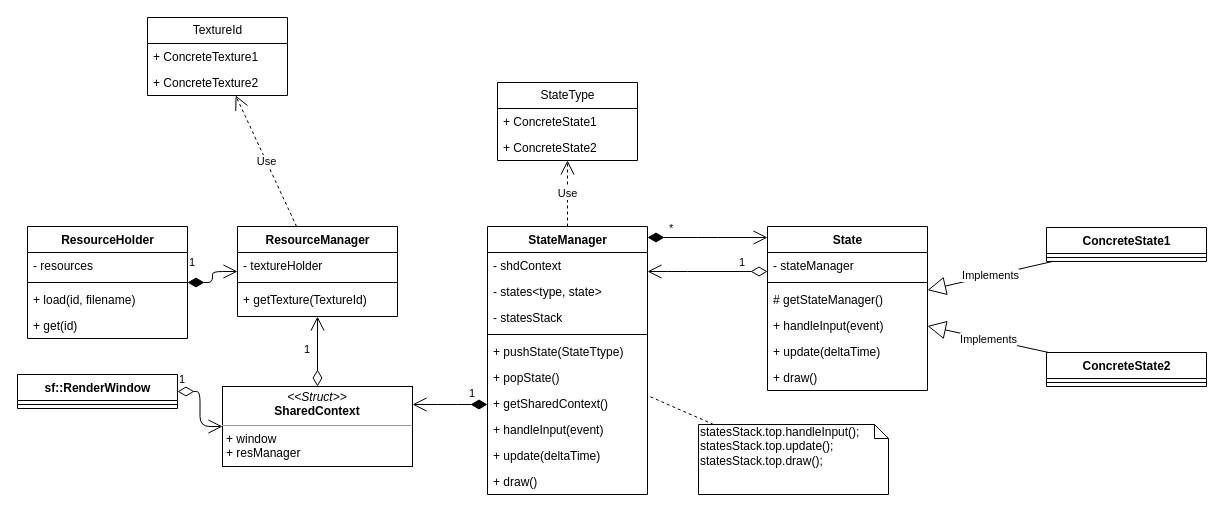
Earlier version of the draw.io diagram design/diagram/Class.drawio (mariofrescas/fastwriter). Source tidied: cells renumbered, new cells numbered last; positions are measured from the earlier drawing's top-left corner, leaving out a move shared by most shapes. Both pictures are drawn from the tidied source at 100%, with x=0, y=0 at pixel (17, 17).
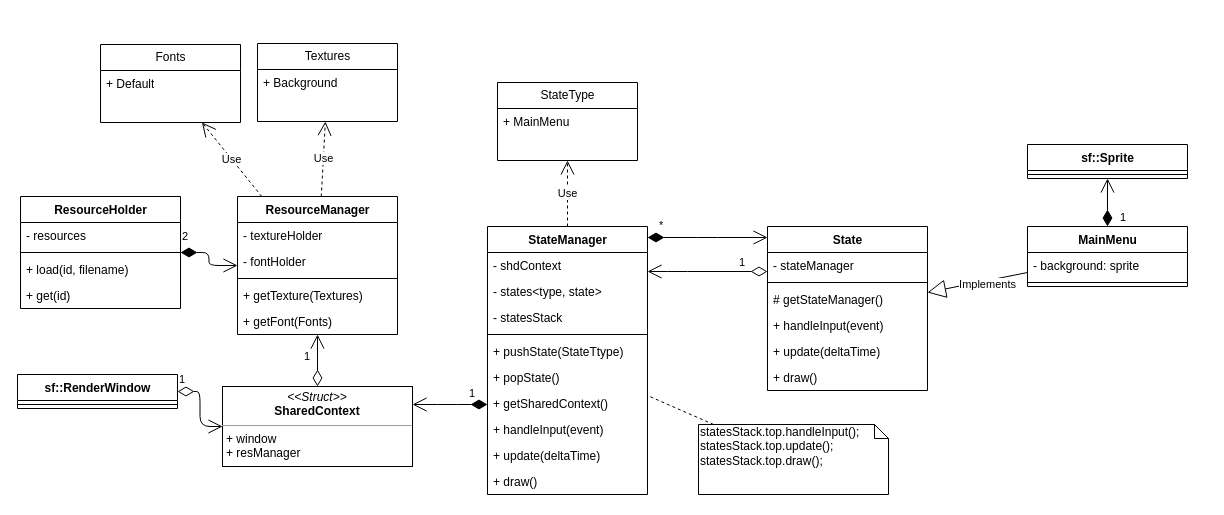
Above is the later version.

Commit message:
Actualiza el diagrama de clases

Modifica la plantilla y agrega la clase de MainMenu.

The change refers to these unchanged cells:
```xml
<mxCell id="2" value="State" style="swimlane;html=1;fontStyle=1;align=center;verticalAlign=top;horizontal=1;startSize=26;swimlaneFillColor=#ffffff;rounded=0;shadow=0;glass=0;comic=0;" parent="1" vertex="1">
  <mxGeometry x="750" y="209" width="160" height="164" as="geometry" />
</mxCell>
<mxCell id="9" value="StateManager" style="swimlane;html=1;fontStyle=1;align=center;verticalAlign=top;horizontal=1;startSize=26;swimlaneFillColor=#ffffff;rounded=0;shadow=0;glass=0;comic=0;" parent="1" vertex="1">
  <mxGeometry x="470" y="209" width="160" height="268" as="geometry" />
</mxCell>
<mxCell id="50" value="StateType" style="swimlane;html=1;fontStyle=0;horizontal=1;startSize=26;fillColor=none;swimlaneFillColor=#ffffff;rounded=0;shadow=0;glass=0;comic=0;" parent="1" vertex="1">
  <mxGeometry x="480" y="65" width="140" height="78" as="geometry" />
</mxCell>
```

Diff of the diagram source:
```diff
@@
     <mxCell id="21" value="*" style="endArrow=open;html=1;endSize=12;startArrow=diamondThin;startSize=14;startFill=1;edgeStyle=orthogonalEdgeStyle;align=left;verticalAlign=bottom;strokeWidth=1;" parent="1" edge="1" source="9" target="2">
-      <mxGeometry y="-40" relative="1" as="geometry">
+      <mxGeometry y="50" relative="1" as="geometry">
         <Array as="points">
           <mxPoint x="690" y="220" />
           <mxPoint x="690" y="220" />
         </Array>
-        <mxPoint x="-40" y="-40" as="offset" />
+        <mxPoint x="-50" y="47" as="offset" />
       </mxGeometry>
     </mxCell>
-    <mxCell id="22" value="ConcreteState1" style="swimlane;html=1;fontStyle=1;align=center;verticalAlign=top;horizontal=1;startSize=26;swimlaneFillColor=#ffffff;rounded=0;shadow=0;glass=0;comic=0;" parent="1" vertex="1">
-      <mxGeometry x="1029" y="210" width="160" height="34" as="geometry" />
+    <mxCell id="22" value="MainMenu" style="swimlane;html=1;fontStyle=1;align=center;verticalAlign=top;horizontal=1;startSize=26;swimlaneFillColor=#ffffff;rounded=0;shadow=0;glass=0;comic=0;" parent="1" vertex="1">
+      <mxGeometry x="1010" y="209" width="160" height="60" as="geometry" />
     </mxCell>
+    <mxCell id="54" value="- background: sprite" style="text;html=1;strokeColor=none;fillColor=none;align=left;verticalAlign=top;spacingLeft=4;spacingRight=4;whiteSpace=wrap;overflow=hidden;rounded=0;shadow=0;glass=0;comic=0;" parent="22" vertex="1">
+      <mxGeometry y="26" width="160" height="26" as="geometry" />
+    </mxCell>
     <mxCell id="23" style="line;html=1;strokeWidth=1;fillColor=none;align=left;verticalAlign=middle;spacingTop=-1;spacingLeft=3;spacingRight=3;labelPosition=right;" parent="22" vertex="1">
-      <mxGeometry y="26" width="160" height="8" as="geometry" />
+      <mxGeometry y="52" width="160" height="8" as="geometry" />
     </mxCell>
-    <mxCell id="24" value="ConcreteState2" style="swimlane;html=1;fontStyle=1;align=center;verticalAlign=top;horizontal=1;startSize=26;swimlaneFillColor=#ffffff;rounded=0;shadow=0;glass=0;comic=0;" parent="1" vertex="1">
-      <mxGeometry x="1029" y="335" width="160" height="34" as="geometry" />
+    <mxCell id="24" value="sf::Sprite" style="swimlane;html=1;fontStyle=1;align=center;verticalAlign=top;horizontal=1;startSize=26;swimlaneFillColor=#ffffff;rounded=0;shadow=0;glass=0;comic=0;" parent="1" vertex="1">
+      <mxGeometry x="1010" y="127" width="160" height="34" as="geometry" />
     </mxCell>
@@
     <mxCell id="26" value="Implements" style="endArrow=block;endSize=16;endFill=0;html=1;strokeWidth=1;" parent="1" edge="1" source="22" target="2">
-      <mxGeometry relative="1" as="geometry" />
+      <mxGeometry x="-0.18" y="4" relative="1" as="geometry" />
     </mxCell>
-    <mxCell id="27" value="Implements" style="endArrow=block;endSize=16;endFill=0;html=1;strokeWidth=1;" parent="1" edge="1" source="24" target="2">
-      <mxGeometry relative="1" as="geometry" />
-    </mxCell>
@@
     <mxCell id="32" value="ResourceManager" style="swimlane;html=1;fontStyle=1;align=center;verticalAlign=top;horizontal=1;startSize=26;swimlaneFillColor=#ffffff;rounded=0;shadow=0;glass=0;comic=0;" parent="1" vertex="1">
-      <mxGeometry x="220" y="209" width="160" height="90" as="geometry" />
+      <mxGeometry x="220" y="179" width="160" height="138" as="geometry" />
     </mxCell>
@@
+    <mxCell id="55" value="- fontHolder" style="text;html=1;strokeColor=none;fillColor=none;align=left;verticalAlign=top;spacingLeft=4;spacingRight=4;whiteSpace=wrap;overflow=hidden;rounded=0;shadow=0;glass=0;comic=0;" parent="32" vertex="1">
+      <mxGeometry y="52" width="160" height="26" as="geometry" />
+    </mxCell>
     <mxCell id="34" style="line;html=1;strokeWidth=1;fillColor=none;align=left;verticalAlign=middle;spacingTop=-1;spacingLeft=3;spacingRight=3;labelPosition=right;" parent="32" vertex="1">
-      <mxGeometry y="52" width="160" height="8" as="geometry" />
+      <mxGeometry y="78" width="160" height="8" as="geometry" />
     </mxCell>
-    <mxCell id="35" value="+ getTexture(TextureId)" style="text;html=1;strokeColor=none;fillColor=none;align=left;verticalAlign=top;spacingLeft=4;spacingRight=4;whiteSpace=wrap;overflow=hidden;" parent="32" vertex="1">
-      <mxGeometry y="60" width="160" height="26" as="geometry" />
+    <mxCell id="35" value="+ getTexture(Textures)" style="text;html=1;strokeColor=none;fillColor=none;align=left;verticalAlign=top;spacingLeft=4;spacingRight=4;whiteSpace=wrap;overflow=hidden;" parent="32" vertex="1">
+      <mxGeometry y="86" width="160" height="26" as="geometry" />
     </mxCell>
+    <mxCell id="56" value="+ getFont(Fonts)" style="text;html=1;strokeColor=none;fillColor=none;align=left;verticalAlign=top;spacingLeft=4;spacingRight=4;whiteSpace=wrap;overflow=hidden;rounded=0;shadow=0;glass=0;comic=0;" parent="32" vertex="1">
+      <mxGeometry y="112" width="160" height="26" as="geometry" />
+    </mxCell>
     <mxCell id="36" value="ResourceHolder" style="swimlane;html=1;fontStyle=1;align=center;verticalAlign=top;horizontal=1;startSize=26;swimlaneFillColor=#ffffff;rounded=0;shadow=0;glass=0;comic=0;" parent="1" vertex="1">
-      <mxGeometry x="10" y="209" width="160" height="112" as="geometry" />
+      <mxGeometry x="3" y="179" width="160" height="112" as="geometry" />
     </mxCell>
@@
-    <mxCell id="41" value="1" style="endArrow=open;html=1;endSize=12;startArrow=diamondThin;startSize=14;startFill=1;edgeStyle=orthogonalEdgeStyle;align=left;verticalAlign=bottom;strokeWidth=1;" parent="1" edge="1" source="36" target="32">
-      <mxGeometry x="0.18" y="25" relative="1" as="geometry">
-        <mxPoint x="-25" y="25" as="offset" />
+    <mxCell id="41" value="2" style="endArrow=open;html=1;endSize=12;startArrow=diamondThin;startSize=14;startFill=1;edgeStyle=orthogonalEdgeStyle;align=left;verticalAlign=bottom;strokeWidth=1;" parent="1" edge="1" source="36" target="32">
+      <mxGeometry x="-0.17" y="-30" relative="1" as="geometry">
+        <mxPoint x="1" y="-8" as="offset" />
       </mxGeometry>
     </mxCell>
@@
-    <mxCell id="46" value="TextureId" style="swimlane;html=1;fontStyle=0;horizontal=1;startSize=26;fillColor=none;swimlaneFillColor=#ffffff;rounded=0;shadow=0;glass=0;comic=0;" parent="1" vertex="1">
-      <mxGeometry x="130" width="140" height="78" as="geometry" />
+    <mxCell id="46" value="Textures" style="swimlane;html=1;fontStyle=0;horizontal=1;startSize=26;fillColor=none;swimlaneFillColor=#ffffff;rounded=0;shadow=0;glass=0;comic=0;" parent="1" vertex="1">
+      <mxGeometry x="240" y="26" width="140" height="78" as="geometry" />
     </mxCell>
-    <mxCell id="47" value="+ ConcreteTexture1" style="text;html=1;strokeColor=none;fillColor=none;align=left;verticalAlign=top;spacingLeft=4;spacingRight=4;whiteSpace=wrap;overflow=hidden;" parent="46" vertex="1">
+    <mxCell id="47" value="+ Background" style="text;html=1;strokeColor=none;fillColor=none;align=left;verticalAlign=top;spacingLeft=4;spacingRight=4;whiteSpace=wrap;overflow=hidden;" parent="46" vertex="1">
       <mxGeometry y="26" width="140" height="26" as="geometry" />
     </mxCell>
-    <mxCell id="48" value="+ ConcreteTexture2" style="text;html=1;strokeColor=none;fillColor=none;align=left;verticalAlign=top;spacingLeft=4;spacingRight=4;whiteSpace=wrap;overflow=hidden;" parent="46" vertex="1">
-      <mxGeometry y="52" width="140" height="26" as="geometry" />
-    </mxCell>
@@
-    <mxCell id="51" value="+ ConcreteState1" style="text;html=1;strokeColor=none;fillColor=none;align=left;verticalAlign=top;spacingLeft=4;spacingRight=4;whiteSpace=wrap;overflow=hidden;" parent="50" vertex="1">
+    <mxCell id="51" value="+ MainMenu" style="text;html=1;strokeColor=none;fillColor=none;align=left;verticalAlign=top;spacingLeft=4;spacingRight=4;whiteSpace=wrap;overflow=hidden;" parent="50" vertex="1">
       <mxGeometry y="26" width="140" height="26" as="geometry" />
     </mxCell>
-    <mxCell id="52" value="+ ConcreteState2" style="text;html=1;strokeColor=none;fillColor=none;align=left;verticalAlign=top;spacingLeft=4;spacingRight=4;whiteSpace=wrap;overflow=hidden;" parent="50" vertex="1">
-      <mxGeometry y="52" width="140" height="26" as="geometry" />
-    </mxCell>
@@
+    <mxCell id="57" value="Fonts" style="swimlane;html=1;fontStyle=0;horizontal=1;startSize=26;fillColor=none;swimlaneFillColor=#ffffff;rounded=0;shadow=0;glass=0;comic=0;" parent="1" vertex="1">
+      <mxGeometry x="83" y="27" width="140" height="78" as="geometry" />
+    </mxCell>
+    <mxCell id="58" value="+ Default" style="text;html=1;strokeColor=none;fillColor=none;align=left;verticalAlign=top;spacingLeft=4;spacingRight=4;whiteSpace=wrap;overflow=hidden;" parent="57" vertex="1">
+      <mxGeometry y="26" width="140" height="26" as="geometry" />
+    </mxCell>
+    <mxCell id="59" value="Use" style="endArrow=open;endSize=12;dashed=1;html=1;strokeWidth=1;" parent="1" edge="1" source="32" target="57">
+      <mxGeometry relative="1" as="geometry" />
+    </mxCell>
+    <mxCell id="60" value="1" style="endArrow=open;html=1;endSize=12;startArrow=diamondThin;startSize=14;startFill=1;edgeStyle=orthogonalEdgeStyle;align=left;verticalAlign=bottom;strokeWidth=1;" parent="1" edge="1" source="22" target="24">
+      <mxGeometry x="-1" y="-11" relative="1" as="geometry" />
+    </mxCell>
```
